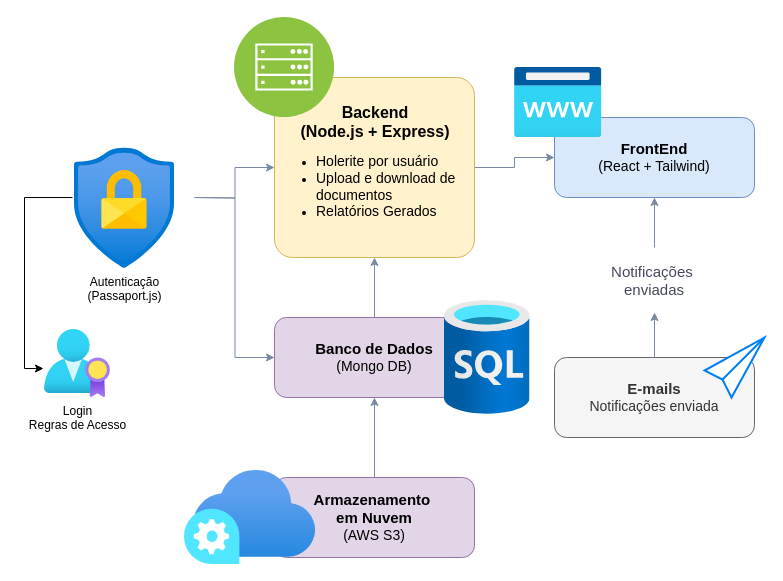
Earlier version of the draw.io diagram documentos/assets/diagrama-arquitetura.drawio (v4gn32/tecsolutions). Source tidied: cells renumbered, new cells numbered last; positions are measured from the earlier drawing's top-left corner, leaving out a move shared by most shapes. Both pictures are drawn from the tidied source at 100%, with x=0, y=0 at pixel (24, 17).
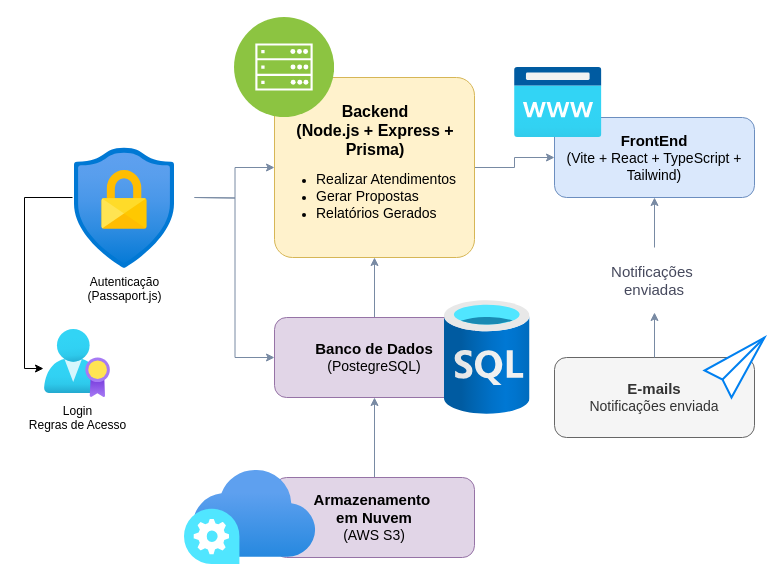
The same diagram, later.

Diff of the diagram source:
```diff
@@
-    <mxCell id="5" value="&lt;div style=&quot;text-align: center;&quot;&gt;&lt;b style=&quot;background-color: transparent; color: light-dark(rgb(0, 0, 0), rgb(255, 255, 255));&quot;&gt;&lt;font style=&quot;font-size: 16px;&quot;&gt;Backend&lt;/font&gt;&lt;/b&gt;&lt;/div&gt;&lt;div style=&quot;text-align: center;&quot;&gt;&lt;b&gt;&lt;font style=&quot;font-size: 16px;&quot;&gt;(Node.js + Express)&lt;/font&gt;&lt;/b&gt;&lt;/div&gt;&lt;div&gt;&lt;ul&gt;&lt;li style=&quot;&quot;&gt;&lt;font style=&quot;font-size: 14px;&quot;&gt;Holerite por usuário&lt;/font&gt;&lt;/li&gt;&lt;li&gt;&lt;font style=&quot;font-size: 14px;&quot;&gt;Upload e download de documentos&lt;/font&gt;&lt;/li&gt;&lt;li&gt;&lt;font style=&quot;font-size: 14px;&quot;&gt;Relatórios Gerados&lt;/font&gt;&lt;/li&gt;&lt;/ul&gt;&lt;/div&gt;" style="rounded=1;whiteSpace=wrap;html=1;align=left;labelBackgroundColor=none;fillColor=#fff2cc;strokeColor=#d6b656;arcSize=10;" parent="1" vertex="1">
+    <mxCell id="5" value="&lt;div style=&quot;text-align: center;&quot;&gt;&lt;b style=&quot;background-color: transparent; color: light-dark(rgb(0, 0, 0), rgb(255, 255, 255));&quot;&gt;&lt;font style=&quot;font-size: 16px;&quot;&gt;Backend&lt;/font&gt;&lt;/b&gt;&lt;/div&gt;&lt;div style=&quot;text-align: center;&quot;&gt;&lt;b&gt;&lt;font style=&quot;font-size: 16px;&quot;&gt;(Node.js + Express + Prisma)&lt;/font&gt;&lt;/b&gt;&lt;/div&gt;&lt;div&gt;&lt;ul&gt;&lt;li style=&quot;&quot;&gt;&lt;font style=&quot;font-size: 14px;&quot;&gt;Realizar Atendimentos&lt;/font&gt;&lt;/li&gt;&lt;li&gt;&lt;font style=&quot;font-size: 14px;&quot;&gt;Gerar Propostas&lt;/font&gt;&lt;/li&gt;&lt;li&gt;&lt;font style=&quot;font-size: 14px;&quot;&gt;Relatórios Gerados&lt;/font&gt;&lt;/li&gt;&lt;/ul&gt;&lt;/div&gt;" style="rounded=1;whiteSpace=wrap;html=1;align=left;labelBackgroundColor=none;fillColor=#fff2cc;strokeColor=#d6b656;arcSize=10;" parent="1" vertex="1">
       <mxGeometry x="250" y="60" width="200" height="180" as="geometry" />
     </mxCell>
@@
-    <mxCell id="7" value="&lt;b&gt;&lt;font style=&quot;font-size: 15px;&quot;&gt;Banco de Dados&lt;/font&gt;&lt;/b&gt;&lt;div&gt;&lt;font style=&quot;font-size: 14px;&quot;&gt;(Mongo DB)&lt;/font&gt;&lt;/div&gt;" style="rounded=1;whiteSpace=wrap;html=1;labelBackgroundColor=none;fillColor=#e1d5e7;strokeColor=#9673a6;" parent="1" vertex="1">
+    <mxCell id="7" value="&lt;b&gt;&lt;font style=&quot;font-size: 15px;&quot;&gt;Banco de Dados&lt;/font&gt;&lt;/b&gt;&lt;div&gt;&lt;font style=&quot;font-size: 14px;&quot;&gt;(PostegreSQL)&lt;/font&gt;&lt;/div&gt;" style="rounded=1;whiteSpace=wrap;html=1;labelBackgroundColor=none;fillColor=#e1d5e7;strokeColor=#9673a6;" parent="1" vertex="1">
       <mxGeometry x="250" y="300" width="200" height="80" as="geometry" />
     </mxCell>
@@
-    <mxCell id="10" value="&lt;span style=&quot;font-size: 15px;&quot;&gt;&lt;b&gt;FrontEnd&lt;/b&gt;&lt;/span&gt;&lt;br&gt;&lt;div&gt;&lt;div&gt;&lt;font style=&quot;font-size: 14px;&quot;&gt;(React + Tailwind)&lt;/font&gt;&lt;/div&gt;&lt;/div&gt;" style="rounded=1;whiteSpace=wrap;html=1;labelBackgroundColor=none;fillColor=#dae8fc;strokeColor=#6c8ebf;" parent="1" vertex="1">
+    <mxCell id="10" value="&lt;span style=&quot;font-size: 15px;&quot;&gt;&lt;b&gt;FrontEnd&lt;/b&gt;&lt;/span&gt;&lt;br&gt;&lt;div&gt;&lt;div&gt;&lt;font style=&quot;font-size: 14px;&quot;&gt;(Vite + React + TypeScript + Tailwind)&lt;/font&gt;&lt;/div&gt;&lt;/div&gt;" style="rounded=1;whiteSpace=wrap;html=1;labelBackgroundColor=none;fillColor=#dae8fc;strokeColor=#6c8ebf;" parent="1" vertex="1">
       <mxGeometry x="530" y="100" width="200" height="80" as="geometry" />
     </mxCell>
```
